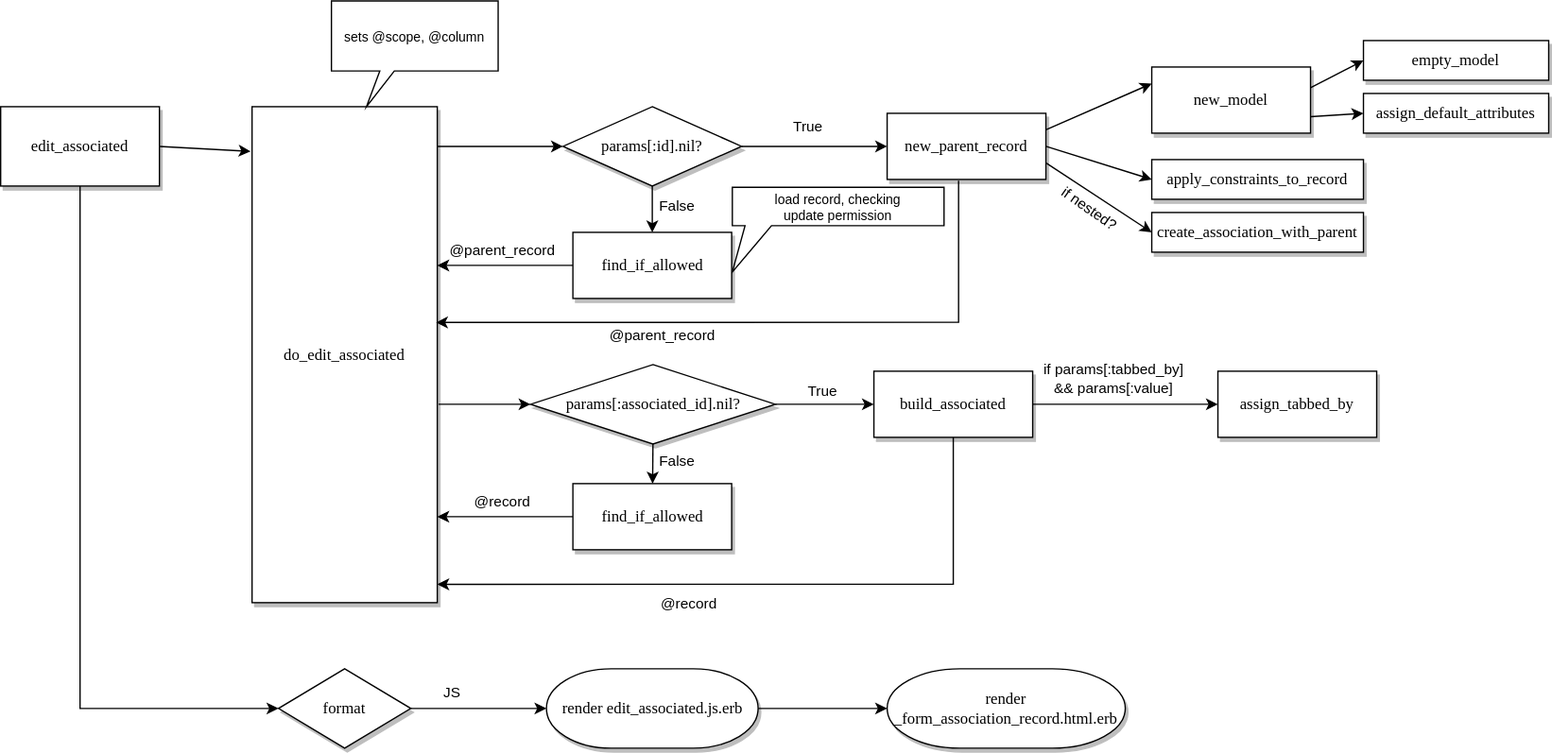
This is diagrams/edit_associated.drawio.svg from activescaffold/active_scaffold, a draw.io export, as it was before one commit. Source tidied: cells renumbered, new cells last; positions are measured from the earlier drawing's top-left corner, leaving out a move shared by most shapes.
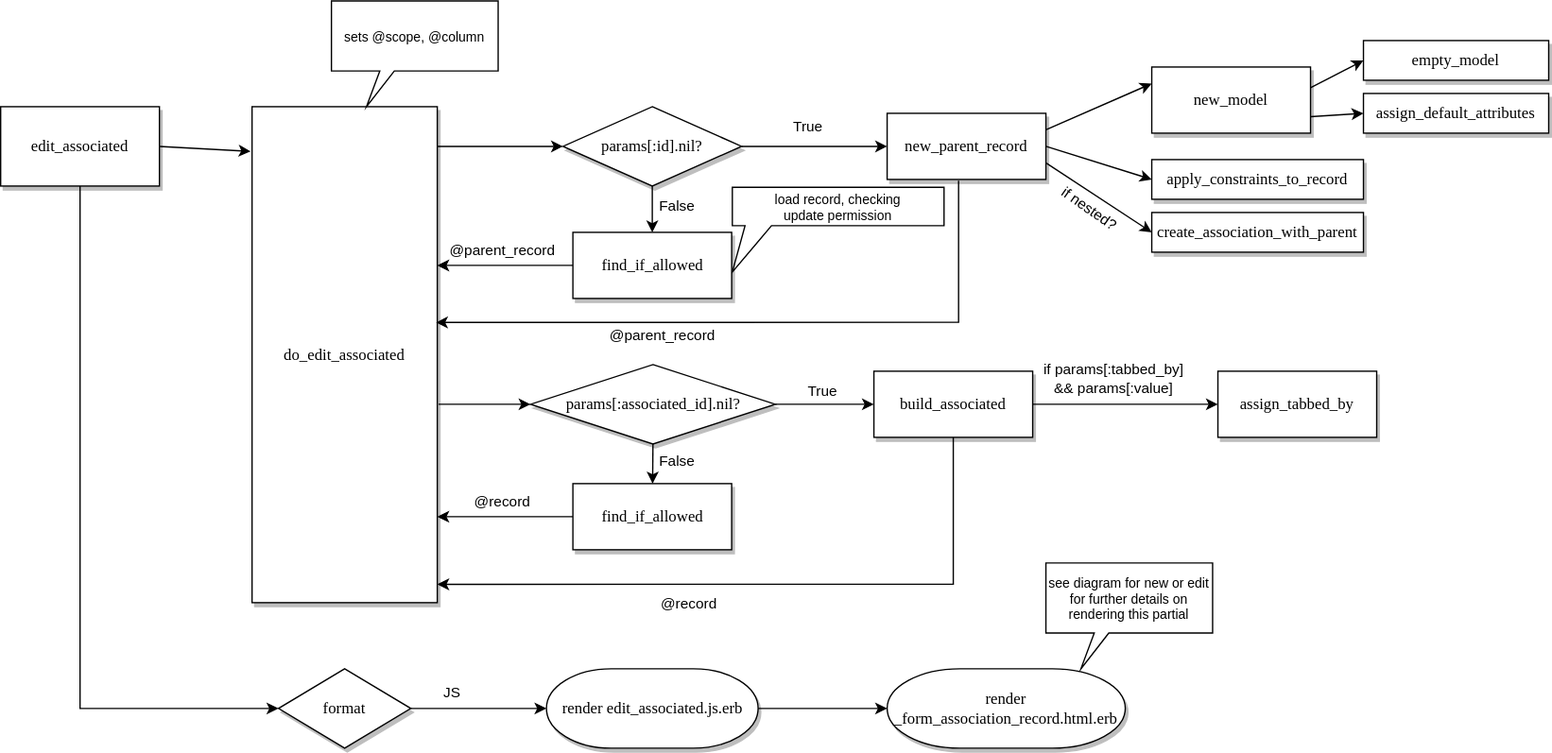
The same diagram one commit later.

Commit message:
note for further details on partial rendering on the diagrams

[skip ci]

Diff of the diagram source:
```diff
@@ -172,5 +172,8 @@
     <mxCell id="47" value="assign_tabbed_by" style="rounded=0;whiteSpace=wrap;html=1;shadow=1;labelBackgroundColor=none;strokeWidth=1;fontFamily=Verdana;fontSize=12;align=center;" parent="1" vertex="1">
       <mxGeometry x="920" y="280" width="120" height="50" as="geometry" />
     </mxCell>
+    <mxCell id="48" value="see diagram for new or edit for further details on rendering this partial" style="shape=callout;whiteSpace=wrap;html=1;perimeter=calloutPerimeter;size=27;position=0.29;position2=0.21;fontSize=10;base=11;" parent="1" vertex="1">
+      <mxGeometry x="790" y="425" width="126" height="80" as="geometry" />
+    </mxCell>
   </root>
 </mxGraphModel>
```
